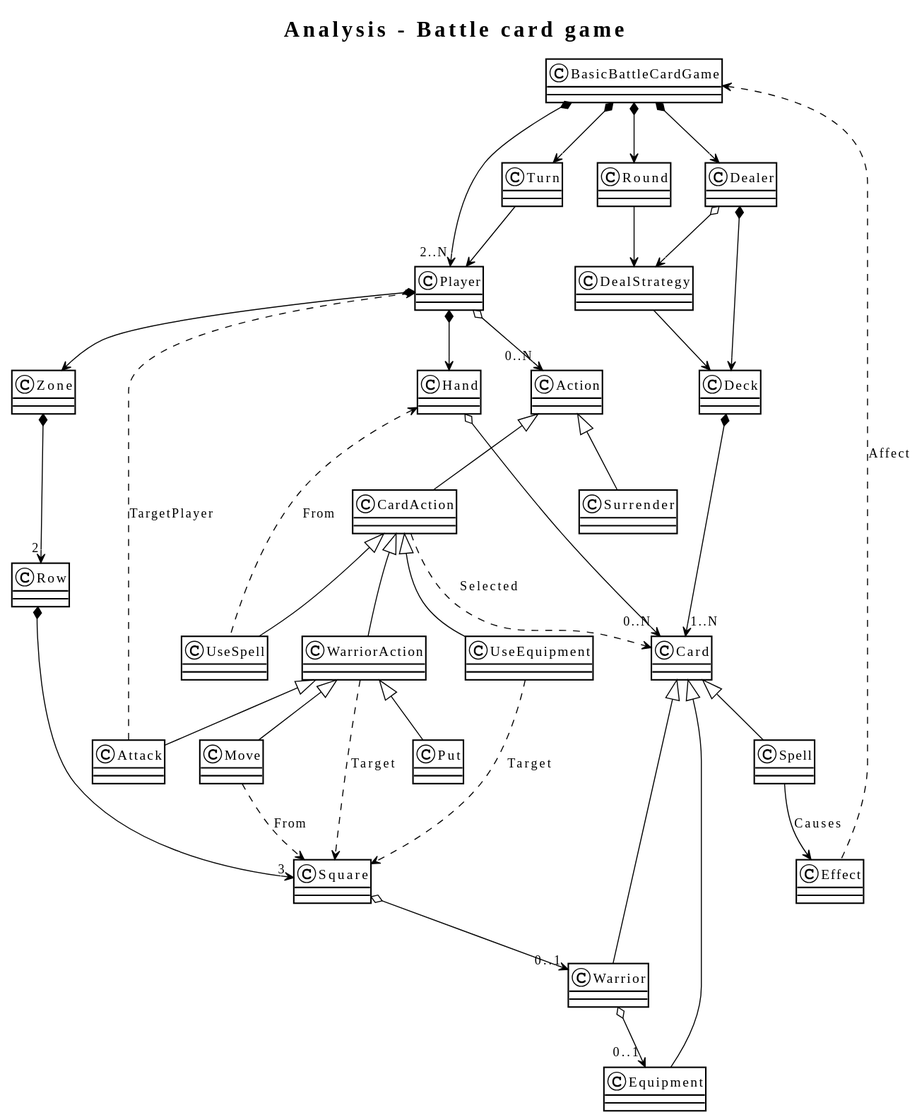
Earlier version of the PlantUML export docs/diagrams/out/analysis/analysis-battle_card_game.svg (DainWs/Crazy-Random-Multiverse). Its source is kept beside it as docs/diagrams/src/analysis/analysis-battle_card_game.plantuml. Source of this version:
```plantuml
@startuml
title "Analysis - Battle card game"
!theme plain

BasicBattleCardGame *--> Turn
BasicBattleCardGame *--> Round
BasicBattleCardGame *--> "2..N" Player
BasicBattleCardGame *--> Dealer

Turn --> Player
Round --> DealStrategy
DealStrategy --> Deck

Player *--> Zone
Zone *--> "2" Row
Row *--> "3" Square
Square o--> "0..1" Warrior

Player *--> Hand
Hand o--> "0..N" Card

Dealer o--> DealStrategy
Dealer *--> Deck
Deck *--> "1..N" Card

Card <|-- Spell
Card <|-- Warrior
Card <|-- Equipment

Spell --> Effect : Causes
Effect .u.> BasicBattleCardGame : Affect

Warrior o--> "0..1" Equipment

Player o--> "0..N" Action
Action <|-- Surrender
Action <|-- CardAction
CardAction ..> Card : Selected
CardAction <|-- UseSpell
CardAction <|-- UseEquipment
CardAction <|-- WarriorAction

UseSpell .U.> Hand : From
UseEquipment .-.> Square : Target
WarriorAction .-.> Square : Target
WarriorAction <|-- Put
WarriorAction <|-- Move
WarriorAction <|-- Attack

Move ..> Square : From
Attack ..> Player : TargetPlayer

@enduml
```
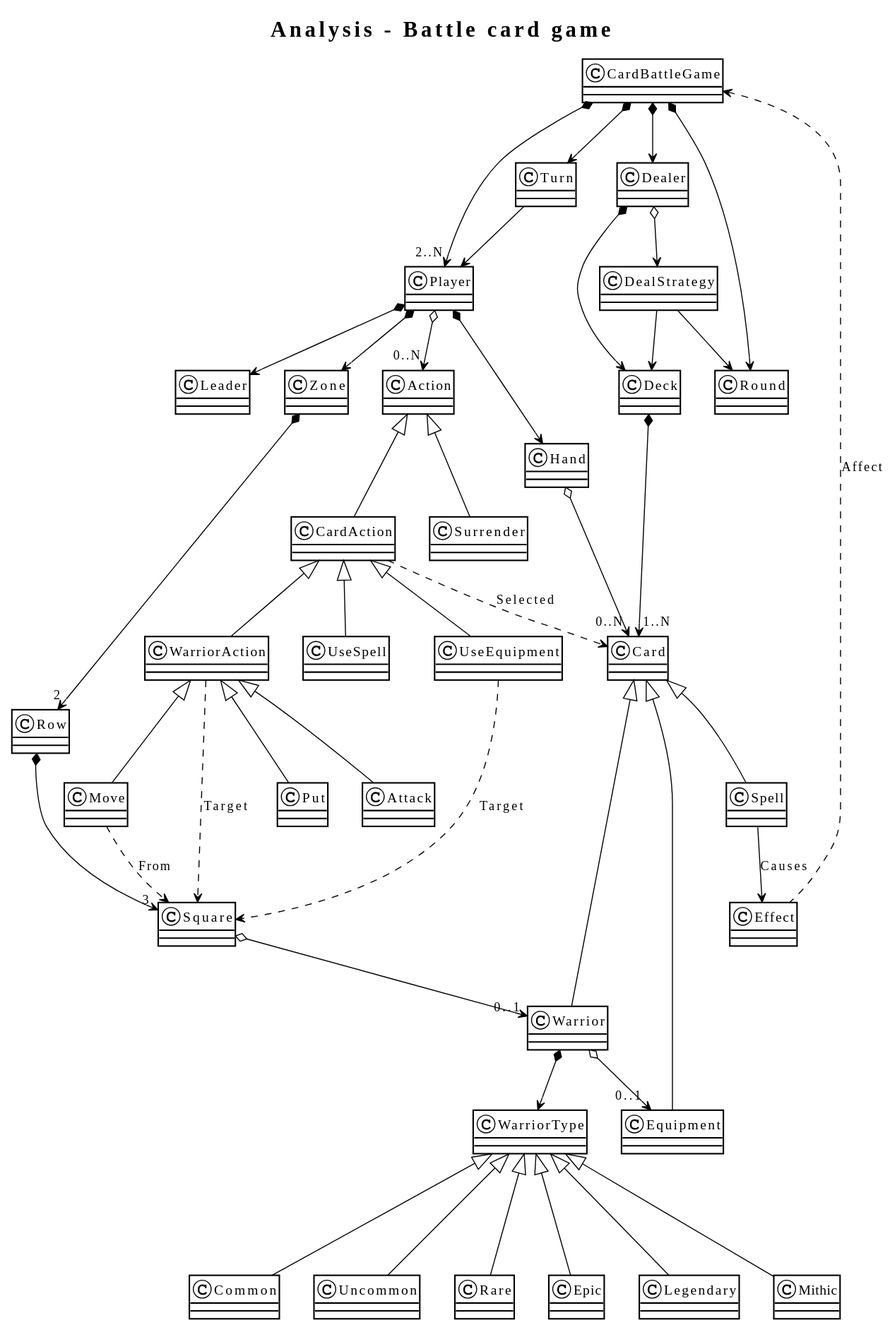
Later version of the same file.

Diff of the diagram source:
```diff
@@ -2,17 +2,17 @@
 title "Analysis - Battle card game"
 !theme plain
 
-BasicBattleCardGame *--> Turn
-BasicBattleCardGame *--> Round
-BasicBattleCardGame *--> "2..N" Player
-BasicBattleCardGame *--> Dealer
+CardBattleGame *--> Turn
+CardBattleGame *--> Round
+CardBattleGame *--> "2..N" Player
+CardBattleGame *--> Dealer
 
 Turn --> Player
-Round --> DealStrategy
 DealStrategy --> Deck
 
+Player *--> Leader
 Player *--> Zone
-Zone *--> "2" Row
+Zone *---> "2" Row
 Row *--> "3" Square
 Square o--> "0..1" Warrior
 
@@ -21,14 +21,23 @@
 
 Dealer o--> DealStrategy
 Dealer *--> Deck
+DealStrategy --> Round
 Deck *--> "1..N" Card
 
 Card <|-- Spell
 Card <|-- Warrior
 Card <|-- Equipment
 
+Warrior *--> WarriorType
+WarriorType <|--- Common
+WarriorType <|--- Uncommon
+WarriorType <|--- Rare
+WarriorType <|--- Epic
+WarriorType <|--- Legendary
+WarriorType <|--- Mithic
+
 Spell --> Effect : Causes
-Effect .u.> BasicBattleCardGame : Affect
+Effect .u.> CardBattleGame : Affect
 
 Warrior o--> "0..1" Equipment
 
@@ -40,7 +49,6 @@
 CardAction <|-- UseEquipment
 CardAction <|-- WarriorAction
 
-UseSpell .U.> Hand : From
 UseEquipment .-.> Square : Target
 WarriorAction .-.> Square : Target
 WarriorAction <|-- Put
@@ -48,6 +56,4 @@
 WarriorAction <|-- Attack
 
 Move ..> Square : From
-Attack ..> Player : TargetPlayer
-
 @enduml
```
